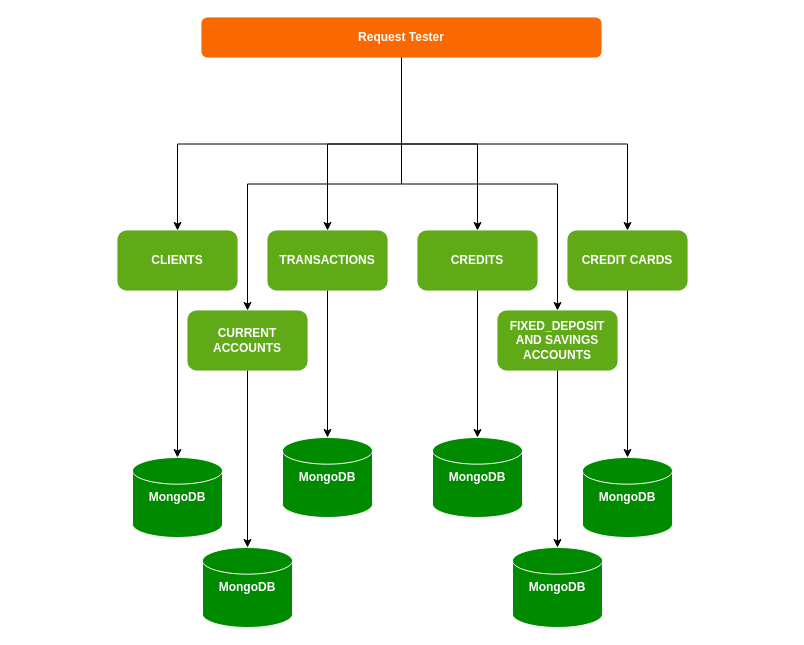
Before: page "Diagrama Arq." (4 of 4) of BanSis.drawio in rDelgC/BanSis, a draw.io diagram. Source tidied: cells renumbered, new cells numbered last; positions are measured from the earlier drawing's top-left corner, leaving out a move shared by most shapes. Both pictures are drawn from the tidied source at 100%, with x=0, y=0 at pixel (117, 17).
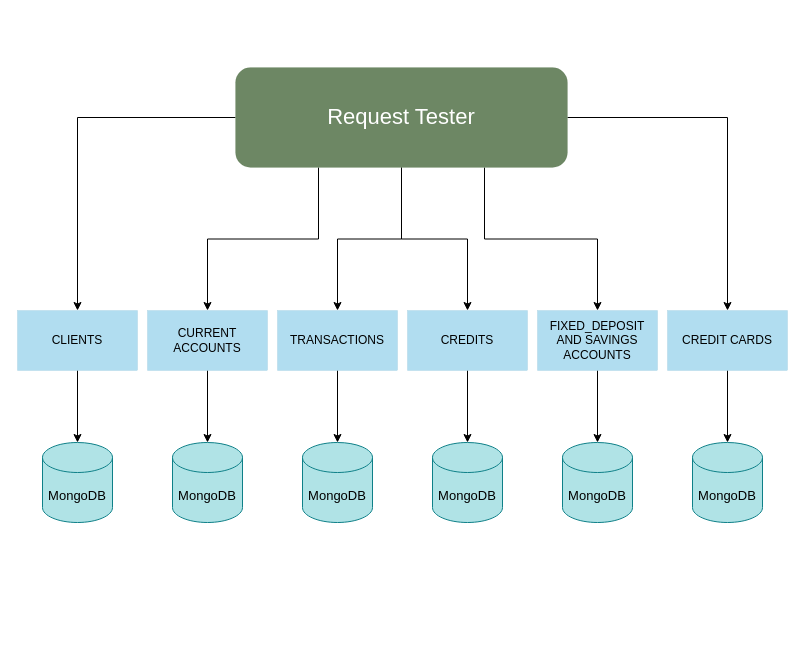
Above is the later version.

Diff of the diagram source:
```diff
@@
-    <mxCell id="5" style="edgeStyle=orthogonalEdgeStyle;rounded=0;jettySize=auto;html=1;" parent="1" edge="1" source="8" target="16">
+    <mxCell id="5" style="edgeStyle=orthogonalEdgeStyle;rounded=0;jettySize=auto;html=1;exitX=1;exitY=0.5;exitDx=0;exitDy=0;" parent="1" edge="1" source="8" target="16">
       <mxGeometry relative="1" as="geometry" />
     </mxCell>
-    <mxCell id="6" style="edgeStyle=orthogonalEdgeStyle;rounded=0;jettySize=auto;html=1;" parent="1" edge="1" source="8" target="18">
+    <mxCell id="6" style="edgeStyle=orthogonalEdgeStyle;rounded=0;jettySize=auto;html=1;exitX=0.25;exitY=1;exitDx=0;exitDy=0;" parent="1" edge="1" source="8" target="18">
       <mxGeometry relative="1" as="geometry" />
     </mxCell>
-    <mxCell id="7" style="edgeStyle=orthogonalEdgeStyle;rounded=0;jettySize=auto;html=1;" parent="1" edge="1" source="8" target="20">
+    <mxCell id="7" style="edgeStyle=orthogonalEdgeStyle;rounded=0;jettySize=auto;html=1;exitX=0.75;exitY=1;exitDx=0;exitDy=0;" parent="1" edge="1" source="8" target="20">
       <mxGeometry relative="1" as="geometry" />
     </mxCell>
-    <mxCell id="8" value="Request Tester" style="rounded=1;whiteSpace=wrap;html=1;fillColor=#fa6800;strokeColor=#C73500;strokeWidth=0;fontColor=#FFFFFF;fontStyle=1;" parent="1" vertex="1">
-      <mxGeometry x="84" width="400" height="40" as="geometry" />
+    <mxCell id="8" value="Request Tester" style="rounded=1;whiteSpace=wrap;html=1;fillColor=#6d8764;strokeColor=#3A5431;strokeWidth=0;fontStyle=0;fontSize=22;fontFamily=Helvetica;fontColor=#ffffff;" parent="1" vertex="1">
+      <mxGeometry x="118" y="50" width="332" height="100" as="geometry" />
     </mxCell>
-    <mxCell id="9" style="edgeStyle=orthogonalEdgeStyle;rounded=0;jettySize=auto;html=1;fontColor=#FFFFFF;" parent="1" edge="1" source="10" target="26">
-      <mxGeometry relative="1" as="geometry" />
-    </mxCell>
+    <mxCell id="27" style="edgeStyle=orthogonalEdgeStyle;rounded=0;jettySize=auto;html=1;entryX=0.5;entryY=0;entryDx=0;entryDy=0;entryPerimeter=0;fontFamily=Helvetica;fontSize=13;fontColor=#000000;" parent="1" edge="1" source="10" target="33">
+      <mxGeometry relative="1" as="geometry" />
+    </mxCell>
-    <mxCell id="10" value="CLIENTS" style="whiteSpace=wrap;html=1;rounded=1;fillColor=#60a917;fontColor=#ffffff;strokeColor=#2D7600;strokeWidth=0;fontStyle=1;" parent="1" vertex="1">
-      <mxGeometry y="213" width="120" height="60" as="geometry" />
+    <mxCell id="10" value="CLIENTS" style="whiteSpace=wrap;html=1;rounded=0;fillColor=#b1ddf0;strokeColor=#10739e;strokeWidth=0;fontStyle=0;" parent="1" vertex="1">
+      <mxGeometry x="-100" y="293" width="120" height="60" as="geometry" />
     </mxCell>
-    <mxCell id="11" style="edgeStyle=orthogonalEdgeStyle;rounded=0;jettySize=auto;html=1;fontColor=#FFFFFF;" parent="1" edge="1" source="12" target="23">
-      <mxGeometry relative="1" as="geometry" />
-    </mxCell>
+    <mxCell id="28" style="edgeStyle=orthogonalEdgeStyle;rounded=0;jettySize=auto;html=1;entryX=0.5;entryY=0;entryDx=0;entryDy=0;entryPerimeter=0;fontFamily=Helvetica;fontSize=13;fontColor=#000000;" parent="1" edge="1" source="12" target="35">
+      <mxGeometry relative="1" as="geometry" />
+    </mxCell>
-    <mxCell id="12" value="&lt;div&gt;TRANSACTIONS&lt;/div&gt;" style="whiteSpace=wrap;html=1;rounded=1;fillColor=#60a917;fontColor=#ffffff;strokeColor=#2D7600;strokeWidth=0;fontStyle=1;" parent="1" vertex="1">
-      <mxGeometry x="150" y="213" width="120" height="60" as="geometry" />
+    <mxCell id="12" value="&lt;div&gt;TRANSACTIONS&lt;/div&gt;" style="whiteSpace=wrap;html=1;rounded=0;fillColor=#b1ddf0;strokeColor=#10739e;strokeWidth=0;fontStyle=0;" parent="1" vertex="1">
+      <mxGeometry x="160" y="293" width="120" height="60" as="geometry" />
     </mxCell>
-    <mxCell id="13" style="edgeStyle=orthogonalEdgeStyle;rounded=0;jettySize=auto;html=1;entryX=0.5;entryY=0;entryDx=0;entryDy=0;entryPerimeter=0;fontColor=#FFFFFF;" parent="1" edge="1" source="14" target="24">
-      <mxGeometry relative="1" as="geometry" />
-    </mxCell>
+    <mxCell id="29" style="edgeStyle=orthogonalEdgeStyle;rounded=0;jettySize=auto;html=1;entryX=0.5;entryY=0;entryDx=0;entryDy=0;entryPerimeter=0;fontFamily=Helvetica;fontSize=13;fontColor=#000000;" parent="1" edge="1" source="14" target="36">
+      <mxGeometry relative="1" as="geometry" />
+    </mxCell>
-    <mxCell id="14" value="&lt;div&gt;CREDITS&lt;/div&gt;" style="whiteSpace=wrap;html=1;rounded=1;fillColor=#60a917;fontColor=#ffffff;strokeColor=#2D7600;strokeWidth=0;fontStyle=1;" parent="1" vertex="1">
-      <mxGeometry x="300" y="213" width="120" height="60" as="geometry" />
+    <mxCell id="14" value="&lt;div&gt;CREDITS&lt;/div&gt;" style="whiteSpace=wrap;html=1;rounded=0;fillColor=#b1ddf0;strokeColor=#10739e;strokeWidth=0;fontStyle=0;" parent="1" vertex="1">
+      <mxGeometry x="290" y="293" width="120" height="60" as="geometry" />
     </mxCell>
-    <mxCell id="15" style="edgeStyle=orthogonalEdgeStyle;rounded=0;jettySize=auto;html=1;fontColor=#FFFFFF;" parent="1" edge="1" source="16" target="25">
-      <mxGeometry relative="1" as="geometry" />
-    </mxCell>
+    <mxCell id="30" style="edgeStyle=orthogonalEdgeStyle;rounded=0;jettySize=auto;html=1;entryX=0.5;entryY=0;entryDx=0;entryDy=0;entryPerimeter=0;fontFamily=Helvetica;fontSize=13;fontColor=#000000;" parent="1" edge="1" source="16" target="38">
+      <mxGeometry relative="1" as="geometry" />
+    </mxCell>
-    <mxCell id="16" value="&lt;div&gt;CREDIT CARDS&lt;/div&gt;" style="whiteSpace=wrap;html=1;rounded=1;fillColor=#60a917;fontColor=#ffffff;strokeColor=#2D7600;strokeWidth=0;fontStyle=1;" parent="1" vertex="1">
-      <mxGeometry x="450" y="213" width="120" height="60" as="geometry" />
+    <mxCell id="16" value="&lt;div&gt;CREDIT CARDS&lt;/div&gt;" style="whiteSpace=wrap;html=1;rounded=0;fillColor=#b1ddf0;strokeColor=#10739e;strokeWidth=0;fontStyle=0;" parent="1" vertex="1">
+      <mxGeometry x="550" y="293" width="120" height="60" as="geometry" />
     </mxCell>
-    <mxCell id="17" style="edgeStyle=orthogonalEdgeStyle;rounded=0;jettySize=auto;html=1;fontColor=#FFFFFF;" parent="1" edge="1" source="18" target="21">
-      <mxGeometry relative="1" as="geometry" />
-    </mxCell>
+    <mxCell id="31" style="edgeStyle=orthogonalEdgeStyle;rounded=0;jettySize=auto;html=1;entryX=0.5;entryY=0;entryDx=0;entryDy=0;entryPerimeter=0;fontFamily=Helvetica;fontSize=13;fontColor=#000000;" parent="1" edge="1" source="18" target="34">
+      <mxGeometry relative="1" as="geometry" />
+    </mxCell>
-    <mxCell id="18" value="CURRENT ACCOUNTS" style="whiteSpace=wrap;html=1;rounded=1;fillColor=#60a917;fontColor=#ffffff;strokeColor=#2D7600;strokeWidth=0;fontStyle=1;" parent="1" vertex="1">
-      <mxGeometry x="70" y="293" width="120" height="60" as="geometry" />
+    <mxCell id="18" value="CURRENT ACCOUNTS" style="whiteSpace=wrap;html=1;rounded=0;fillColor=#b1ddf0;strokeColor=#10739e;strokeWidth=0;fontStyle=0;" parent="1" vertex="1">
+      <mxGeometry x="30" y="293" width="120" height="60" as="geometry" />
     </mxCell>
-    <mxCell id="19" style="edgeStyle=orthogonalEdgeStyle;rounded=0;jettySize=auto;html=1;entryX=0.5;entryY=0;entryDx=0;entryDy=0;entryPerimeter=0;fontColor=#FFFFFF;" parent="1" edge="1" source="20" target="22">
-      <mxGeometry relative="1" as="geometry" />
-    </mxCell>
+    <mxCell id="32" style="edgeStyle=orthogonalEdgeStyle;rounded=0;jettySize=auto;html=1;entryX=0.5;entryY=0;entryDx=0;entryDy=0;entryPerimeter=0;fontFamily=Helvetica;fontSize=13;fontColor=#000000;" parent="1" edge="1" source="20" target="37">
+      <mxGeometry relative="1" as="geometry" />
+    </mxCell>
-    <mxCell id="20" value="FIXED_DEPOSIT AND SAVINGS ACCOUNTS" style="whiteSpace=wrap;html=1;rounded=1;fillColor=#60a917;fontColor=#ffffff;strokeColor=#2D7600;strokeWidth=0;fontStyle=1;" parent="1" vertex="1">
-      <mxGeometry x="380" y="293" width="120" height="60" as="geometry" />
+    <mxCell id="20" value="FIXED_DEPOSIT AND SAVINGS ACCOUNTS" style="whiteSpace=wrap;html=1;rounded=0;fillColor=#b1ddf0;strokeColor=#10739e;strokeWidth=0;fontStyle=0;" parent="1" vertex="1">
+      <mxGeometry x="420" y="293" width="120" height="60" as="geometry" />
     </mxCell>
-    <mxCell id="21" value="&lt;div&gt;MongoDB&lt;/div&gt;" style="strokeWidth=1;html=1;shape=mxgraph.flowchart.database;whiteSpace=wrap;shadow=0;fontColor=#ffffff;fillColor=#008a00;strokeColor=#FFFFFF;fontStyle=1;" parent="1" vertex="1">
-      <mxGeometry x="85" y="530" width="90" height="80" as="geometry" />
-    </mxCell>
-    <mxCell id="22" value="&lt;div&gt;MongoDB&lt;/div&gt;" style="strokeWidth=1;html=1;shape=mxgraph.flowchart.database;whiteSpace=wrap;shadow=0;fontColor=#ffffff;fillColor=#008a00;strokeColor=#FFFFFF;fontStyle=1;" parent="1" vertex="1">
-      <mxGeometry x="395" y="530" width="90" height="80" as="geometry" />
-    </mxCell>
-    <mxCell id="23" value="&lt;div&gt;MongoDB&lt;/div&gt;" style="strokeWidth=1;html=1;shape=mxgraph.flowchart.database;whiteSpace=wrap;shadow=0;fontColor=#ffffff;fillColor=#008a00;strokeColor=#FFFFFF;fontStyle=1;" parent="1" vertex="1">
-      <mxGeometry x="165" y="420" width="90" height="80" as="geometry" />
-    </mxCell>
-    <mxCell id="24" value="&lt;div&gt;MongoDB&lt;/div&gt;" style="strokeWidth=1;html=1;shape=mxgraph.flowchart.database;whiteSpace=wrap;shadow=0;fontColor=#ffffff;fillColor=#008a00;strokeColor=#FFFFFF;fontStyle=1;" parent="1" vertex="1">
-      <mxGeometry x="315" y="420" width="90" height="80" as="geometry" />
-    </mxCell>
-    <mxCell id="25" value="&lt;div&gt;MongoDB&lt;/div&gt;" style="strokeWidth=1;html=1;shape=mxgraph.flowchart.database;whiteSpace=wrap;shadow=0;fontColor=#ffffff;fillColor=#008a00;strokeColor=#FFFFFF;fontStyle=1;" parent="1" vertex="1">
-      <mxGeometry x="465" y="440" width="90" height="80" as="geometry" />
-    </mxCell>
-    <mxCell id="26" value="&lt;div&gt;MongoDB&lt;/div&gt;" style="strokeWidth=1;html=1;shape=mxgraph.flowchart.database;whiteSpace=wrap;shadow=0;fontColor=#ffffff;fillColor=#008a00;strokeColor=#FFFFFF;fontStyle=1;" parent="1" vertex="1">
-      <mxGeometry x="15" y="440" width="90" height="80" as="geometry" />
-    </mxCell>
+    <mxCell id="33" value="MongoDB" style="shape=cylinder3;whiteSpace=wrap;html=1;boundedLbl=1;backgroundOutline=1;size=15;rounded=0;fontFamily=Helvetica;fontSize=13;strokeWidth=1;fillColor=#b0e3e6;strokeColor=#0E8088;" parent="1" vertex="1">
+      <mxGeometry x="-75" y="425" width="70" height="80" as="geometry" />
+    </mxCell>
+    <mxCell id="34" value="MongoDB" style="shape=cylinder3;whiteSpace=wrap;html=1;boundedLbl=1;backgroundOutline=1;size=15;rounded=0;fontFamily=Helvetica;fontSize=13;strokeWidth=1;fillColor=#b0e3e6;strokeColor=#0E8088;" parent="1" vertex="1">
+      <mxGeometry x="55" y="425" width="70" height="80" as="geometry" />
+    </mxCell>
+    <mxCell id="35" value="MongoDB" style="shape=cylinder3;whiteSpace=wrap;html=1;boundedLbl=1;backgroundOutline=1;size=15;rounded=0;fontFamily=Helvetica;fontSize=13;strokeWidth=1;fillColor=#b0e3e6;strokeColor=#0E8088;" parent="1" vertex="1">
+      <mxGeometry x="185" y="425" width="70" height="80" as="geometry" />
+    </mxCell>
+    <mxCell id="36" value="MongoDB" style="shape=cylinder3;whiteSpace=wrap;html=1;boundedLbl=1;backgroundOutline=1;size=15;rounded=0;fontFamily=Helvetica;fontSize=13;strokeWidth=1;fillColor=#b0e3e6;strokeColor=#0E8088;" parent="1" vertex="1">
+      <mxGeometry x="315" y="425" width="70" height="80" as="geometry" />
+    </mxCell>
+    <mxCell id="37" value="MongoDB" style="shape=cylinder3;whiteSpace=wrap;html=1;boundedLbl=1;backgroundOutline=1;size=15;rounded=0;fontFamily=Helvetica;fontSize=13;strokeWidth=1;fillColor=#b0e3e6;strokeColor=#0E8088;" parent="1" vertex="1">
+      <mxGeometry x="445" y="425" width="70" height="80" as="geometry" />
+    </mxCell>
+    <mxCell id="38" value="MongoDB" style="shape=cylinder3;whiteSpace=wrap;html=1;boundedLbl=1;backgroundOutline=1;size=15;rounded=0;fontFamily=Helvetica;fontSize=13;strokeWidth=1;fillColor=#b0e3e6;strokeColor=#0E8088;" parent="1" vertex="1">
+      <mxGeometry x="575" y="425" width="70" height="80" as="geometry" />
+    </mxCell>
```
